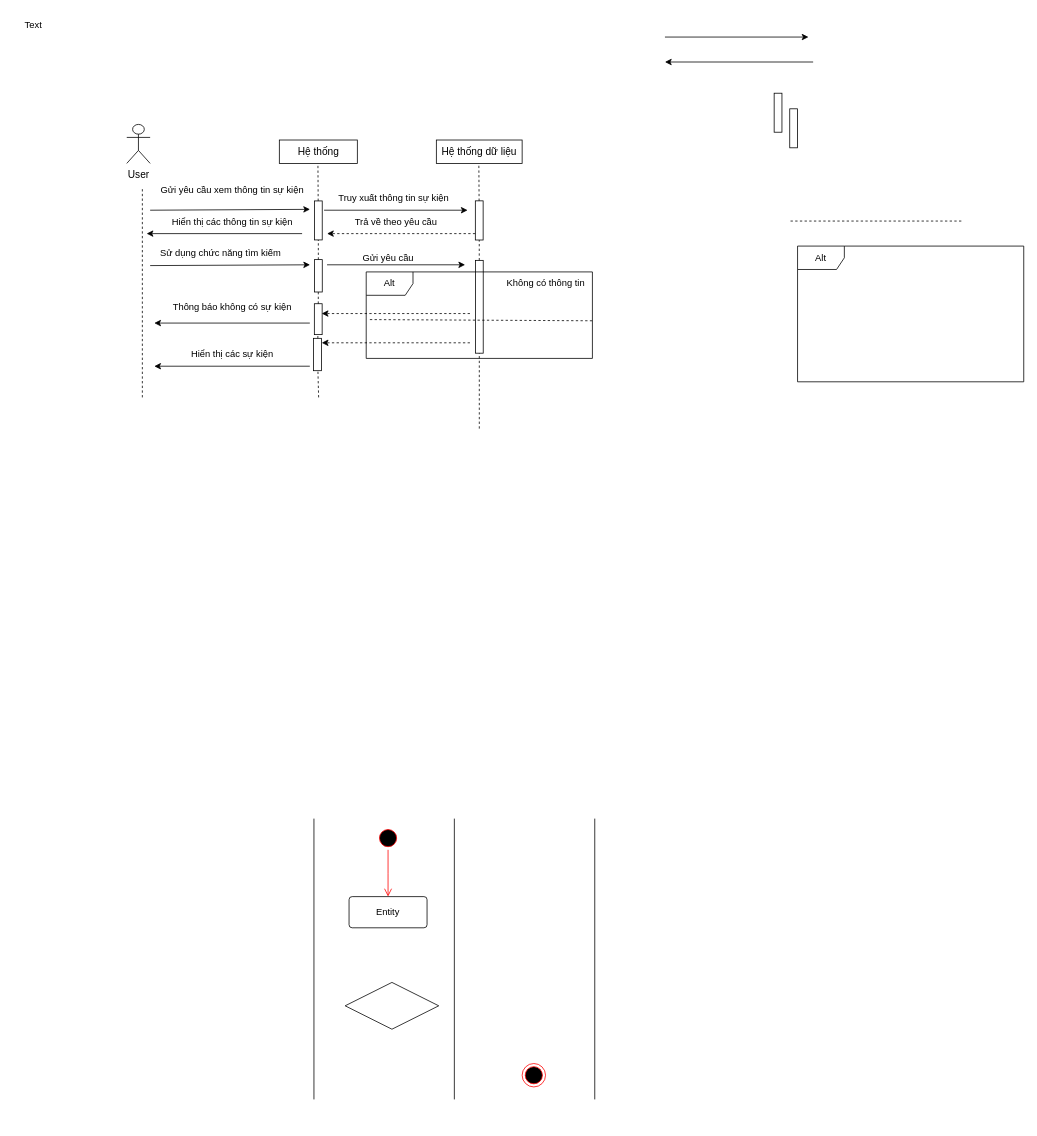
The draw.io diagram Biểu đồ không có tiêu đề.drawio in ATuan202/52000866, before the edit. Source tidied: cells renumbered, new cells numbered last; positions are measured from the earlier drawing's top-left corner, leaving out a move shared by most shapes. Both pictures are drawn from the tidied source at 78%, with x=0, y=0 at pixel (13, 13).
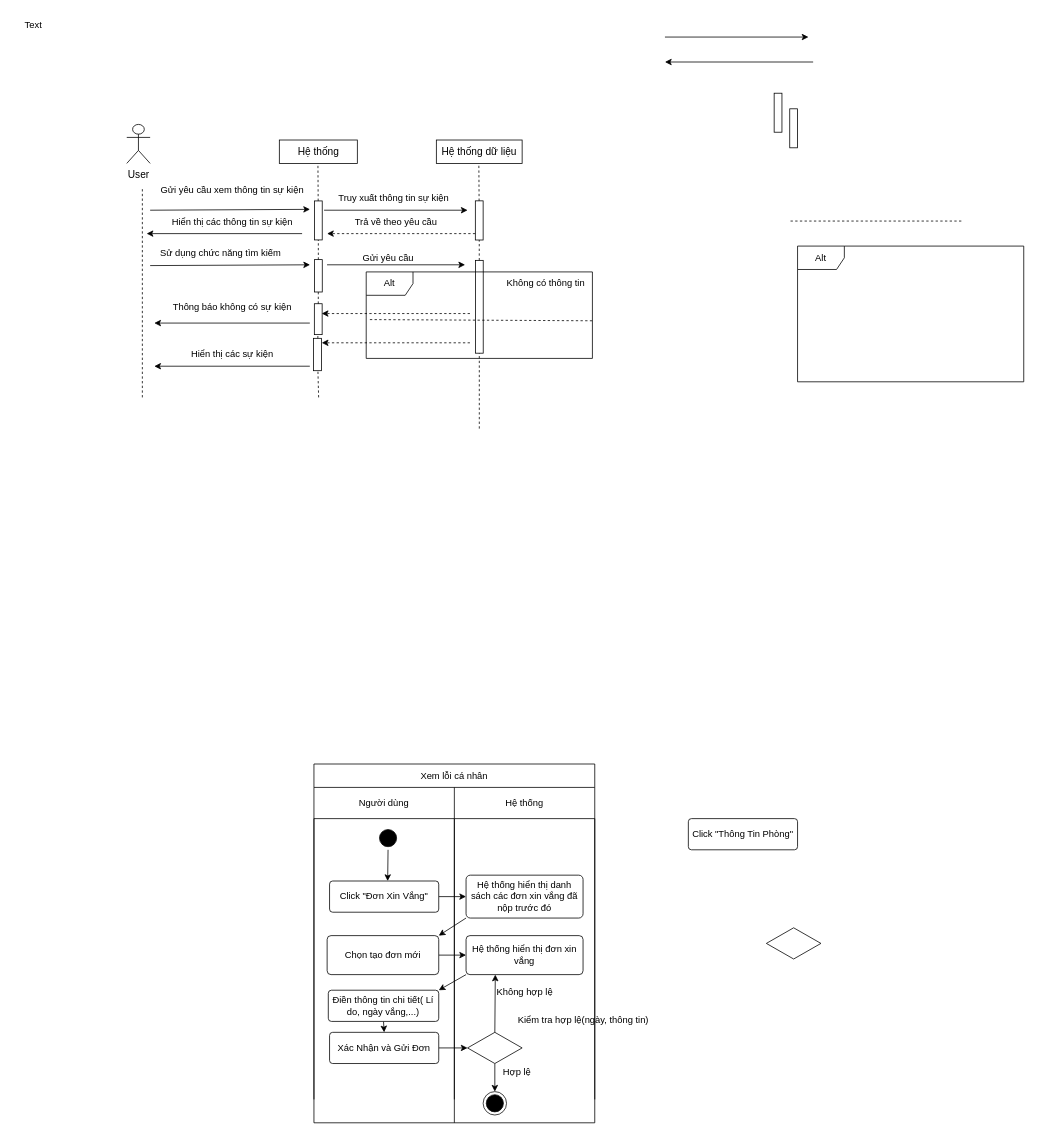
The same page after the edit.

Commit message:
Cập nhật Biểu đồ không có tiêu đề.drawio

Change to the diagram source:
```diff
@@
-    <mxCell id="51" style="ellipse;html=1;shape=endState;fillColor=#000000;strokeColor=#ff0000;" parent="1" vertex="1">
-      <mxGeometry x="651.9" y="1346" width="30" height="30" as="geometry" />
+    <mxCell id="51" style="ellipse;html=1;shape=endState;fillColor=#000000;strokeColor=#0f0f0f;" parent="1" vertex="1">
+      <mxGeometry x="601.9" y="1382" width="30" height="30" as="geometry" />
     </mxCell>
+    <mxCell id="56" style="edgeStyle=orthogonalEdgeStyle;rounded=0;jettySize=auto;html=1;exitX=0.5;exitY=1;exitDx=0;exitDy=0;" parent="1" edge="1" source="52">
+      <mxGeometry relative="1" as="geometry">
+        <mxPoint x="479.5" y="1112" as="targetPoint" />
+      </mxGeometry>
+    </mxCell>
-    <mxCell id="52" style="ellipse;html=1;shape=startState;fillColor=#000000;strokeColor=#ff0000;" parent="1" vertex="1">
+    <mxCell id="52" style="ellipse;html=1;shape=startState;fillColor=#000000;strokeColor=#121212;" parent="1" vertex="1">
       <mxGeometry x="465" y="1042" width="30" height="30" as="geometry" />
     </mxCell>
-    <mxCell id="53" style="edgeStyle=orthogonalEdgeStyle;html=1;verticalAlign=bottom;endArrow=open;endSize=8;strokeColor=#ff0000;rounded=0;" parent="1" edge="1" source="52">
-      <mxGeometry relative="1" as="geometry">
-        <mxPoint x="480" y="1132" as="targetPoint" />
-      </mxGeometry>
-    </mxCell>
+    <mxCell id="57" style="edgeStyle=orthogonalEdgeStyle;rounded=0;jettySize=auto;html=1;exitX=1;exitY=0.5;exitDx=0;exitDy=0;entryX=0;entryY=0.5;entryDx=0;entryDy=0;" parent="1" edge="1" source="54" target="66">
+      <mxGeometry relative="1" as="geometry" />
+    </mxCell>
-    <mxCell id="54" value="Entity" style="rounded=1;arcSize=10;whiteSpace=wrap;html=1;align=center;" parent="1" vertex="1">
-      <mxGeometry x="430" y="1132" width="100" height="40" as="geometry" />
+    <mxCell id="54" value="Click &quot;Đơn Xin Vắng&quot;" style="rounded=1;arcSize=10;whiteSpace=wrap;html=1;align=center;" parent="1" vertex="1">
+      <mxGeometry x="405" y="1112" width="140" height="40" as="geometry" />
     </mxCell>
     <mxCell id="55" style="shape=rhombus;perimeter=rhombusPerimeter;whiteSpace=wrap;html=1;align=center;" parent="1" vertex="1">
-      <mxGeometry x="425" y="1242" width="120" height="60" as="geometry" />
+      <mxGeometry x="965" y="1172" width="70" height="40" as="geometry" />
     </mxCell>
+    <mxCell id="58" value="Xem lỗi cá nhân" style="shape=table;startSize=30;childLayout=tableLayout;" parent="1" vertex="1">
+      <mxGeometry x="385" y="962" width="360" height="460" as="geometry" />
+    </mxCell>
+    <mxCell id="59" style="shape=tableRow;horizontal=0;startSize=0;swimlaneHead=0;swimlaneBody=0;strokeColor=inherit;top=0;left=0;bottom=0;right=0;fillColor=none;" parent="58" vertex="1">
+      <mxGeometry y="30" width="360" height="40" as="geometry" />
+    </mxCell>
+    <mxCell id="60" value="Người dùng" style="shape=partialRectangle;html=1;whiteSpace=wrap;strokeColor=inherit;overflow=hidden;fillColor=none;top=0;left=0;bottom=0;right=0;" parent="59" vertex="1">
+      <mxGeometry width="180" height="40" as="geometry" />
+    </mxCell>
+    <mxCell id="61" value="Hệ thống" style="shape=partialRectangle;html=1;whiteSpace=wrap;strokeColor=inherit;overflow=hidden;fillColor=none;top=0;left=0;bottom=0;right=0;" parent="59" vertex="1">
+      <mxGeometry x="180" width="180" height="40" as="geometry" />
+    </mxCell>
+    <mxCell id="62" style="shape=tableRow;horizontal=0;startSize=0;swimlaneHead=0;swimlaneBody=0;strokeColor=inherit;top=0;left=0;bottom=0;right=0;fillColor=none;" parent="58" vertex="1">
+      <mxGeometry y="70" width="360" height="390" as="geometry" />
+    </mxCell>
+    <mxCell id="63" style="shape=partialRectangle;html=1;whiteSpace=wrap;strokeColor=inherit;overflow=hidden;fillColor=none;top=0;left=0;bottom=0;right=0;" parent="62" vertex="1">
+      <mxGeometry width="180" height="390" as="geometry" />
+    </mxCell>
+    <mxCell id="64" style="shape=partialRectangle;html=1;whiteSpace=wrap;strokeColor=inherit;overflow=hidden;fillColor=none;top=0;left=0;bottom=0;right=0;" parent="62" vertex="1">
+      <mxGeometry x="180" width="180" height="390" as="geometry" />
+    </mxCell>
+    <mxCell id="65" style="rounded=0;jettySize=auto;html=1;exitX=0;exitY=1;exitDx=0;exitDy=0;entryX=1;entryY=0;entryDx=0;entryDy=0;" parent="1" edge="1" source="66" target="69">
+      <mxGeometry relative="1" as="geometry" />
+    </mxCell>
+    <mxCell id="66" value="Hệ thống hiển thị danh sách các đơn xin vắng đã nộp trước đó" style="rounded=1;arcSize=10;whiteSpace=wrap;html=1;align=center;" parent="1" vertex="1">
+      <mxGeometry x="580" y="1104.5" width="150" height="55" as="geometry" />
+    </mxCell>
+    <mxCell id="67" value="Click &quot;Thông Tin Phòng&quot;" style="rounded=1;arcSize=10;whiteSpace=wrap;html=1;align=center;" parent="1" vertex="1">
+      <mxGeometry x="865" y="1032" width="140" height="40" as="geometry" />
+    </mxCell>
+    <mxCell id="68" style="edgeStyle=orthogonalEdgeStyle;rounded=0;jettySize=auto;html=1;exitX=1;exitY=0.5;exitDx=0;exitDy=0;entryX=0;entryY=0.5;entryDx=0;entryDy=0;" parent="1" edge="1" source="69" target="71">
+      <mxGeometry relative="1" as="geometry" />
+    </mxCell>
+    <mxCell id="69" value="Chọn tạo đơn mới" style="rounded=1;arcSize=10;whiteSpace=wrap;html=1;align=center;" parent="1" vertex="1">
+      <mxGeometry x="401.9" y="1182" width="143.1" height="50" as="geometry" />
+    </mxCell>
+    <mxCell id="70" style="rounded=0;jettySize=auto;html=1;exitX=0;exitY=1;exitDx=0;exitDy=0;entryX=1;entryY=0;entryDx=0;entryDy=0;" parent="1" edge="1" source="71" target="73">
+      <mxGeometry relative="1" as="geometry" />
+    </mxCell>
+    <mxCell id="71" value="Hệ thống hiển thị đơn xin vắng" style="rounded=1;arcSize=10;whiteSpace=wrap;html=1;align=center;" parent="1" vertex="1">
+      <mxGeometry x="580" y="1182" width="150" height="50" as="geometry" />
+    </mxCell>
+    <mxCell id="72" style="edgeStyle=orthogonalEdgeStyle;rounded=0;jettySize=auto;html=1;exitX=0.5;exitY=1;exitDx=0;exitDy=0;entryX=0.5;entryY=0;entryDx=0;entryDy=0;" parent="1" edge="1" source="73" target="75">
+      <mxGeometry relative="1" as="geometry" />
+    </mxCell>
+    <mxCell id="73" value="Điền thông tin chi tiết( Lí do, ngày vắng,...)" style="rounded=1;arcSize=10;whiteSpace=wrap;html=1;align=center;" parent="1" vertex="1">
+      <mxGeometry x="403.4" y="1252" width="141.6" height="40" as="geometry" />
+    </mxCell>
+    <mxCell id="74" style="rounded=0;jettySize=auto;html=1;exitX=1;exitY=0.5;exitDx=0;exitDy=0;entryX=0;entryY=0.5;entryDx=0;entryDy=0;" parent="1" edge="1" source="75" target="77">
+      <mxGeometry relative="1" as="geometry" />
+    </mxCell>
+    <mxCell id="75" value="Xác Nhận và Gửi Đơn" style="rounded=1;arcSize=10;whiteSpace=wrap;html=1;align=center;" parent="1" vertex="1">
+      <mxGeometry x="405" y="1306" width="140" height="40" as="geometry" />
+    </mxCell>
+    <mxCell id="76" style="edgeStyle=orthogonalEdgeStyle;rounded=0;jettySize=auto;html=1;exitX=0.5;exitY=1;exitDx=0;exitDy=0;entryX=0.5;entryY=0;entryDx=0;entryDy=0;" parent="1" edge="1" source="77" target="51">
+      <mxGeometry relative="1" as="geometry" />
+    </mxCell>
+    <mxCell id="77" style="shape=rhombus;perimeter=rhombusPerimeter;whiteSpace=wrap;html=1;align=center;" parent="1" vertex="1">
+      <mxGeometry x="581.9" y="1306" width="70" height="40" as="geometry" />
+    </mxCell>
+    <mxCell id="78" value="Kiểm tra hợp lệ(ngày, thông tin)" style="text;html=1;align=center;verticalAlign=middle;strokeColor=none;fillColor=none;" parent="1" vertex="1">
+      <mxGeometry x="635" y="1276" width="190" height="30" as="geometry" />
+    </mxCell>
+    <mxCell id="79" style="rounded=0;jettySize=auto;html=1;exitX=0.5;exitY=0;exitDx=0;exitDy=0;entryX=0.25;entryY=1;entryDx=0;entryDy=0;" parent="1" edge="1" source="77" target="71">
+      <mxGeometry relative="1" as="geometry" />
+    </mxCell>
+    <mxCell id="80" value="Không hợp lệ" style="text;html=1;align=center;verticalAlign=middle;strokeColor=none;fillColor=none;" parent="1" vertex="1">
+      <mxGeometry x="605" y="1240" width="100" height="30" as="geometry" />
+    </mxCell>
+    <mxCell id="81" value="Hợp lệ" style="text;html=1;align=center;verticalAlign=middle;strokeColor=none;fillColor=none;" parent="1" vertex="1">
+      <mxGeometry x="615" y="1342" width="60" height="30" as="geometry" />
+    </mxCell>
```
